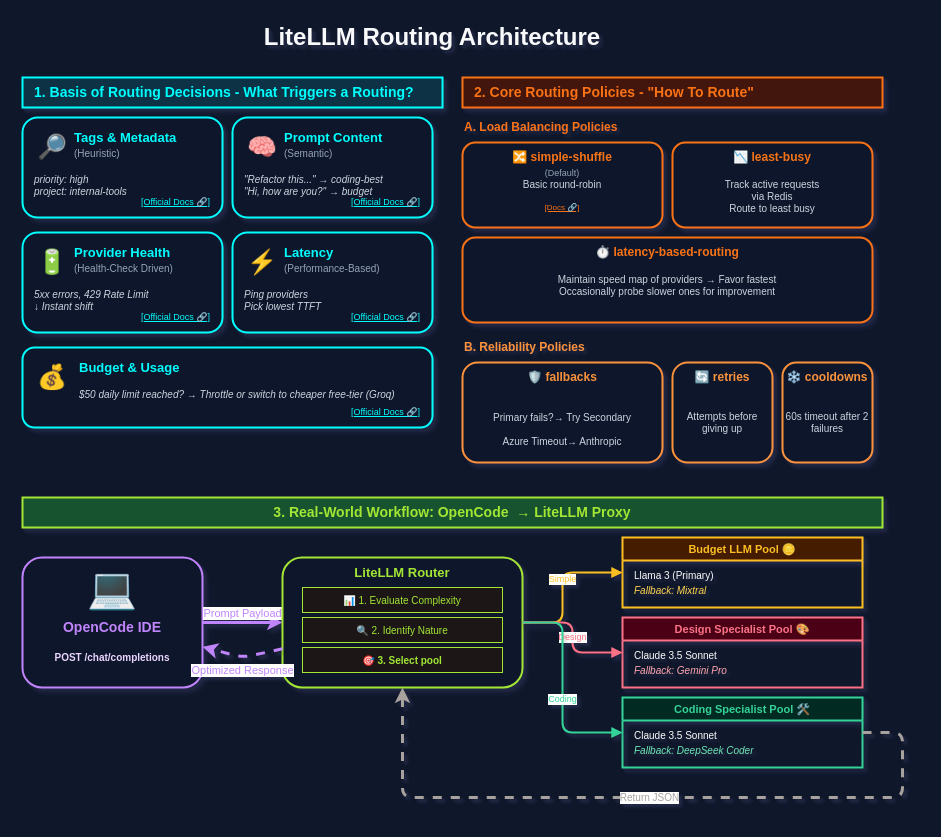
This is litellm-setup/litellm_routing.drawio from 264Gaurav/LLM_Gateways-, a draw.io file, before an edit. Source tidied: cells renumbered, new cells numbered last; positions are measured from the earlier drawing's top-left corner, leaving out a move shared by most shapes. Both pictures are drawn from the tidied source at 100%, with x=0, y=0 at pixel (22, 17).
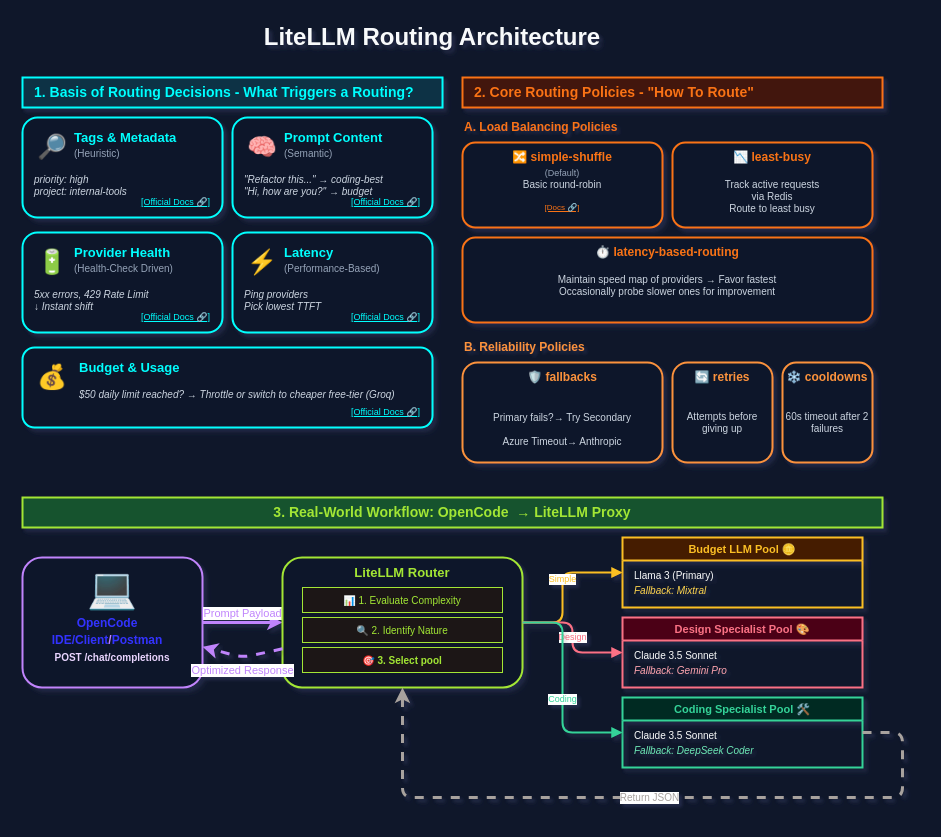
The same page after the edit.

Commit message (it also covers changes not shown here):
configured prompt, input and output visibility in litellm ui

What changed in the source:
```diff
@@
-    <mxCell id="62" value="OpenCode IDE" style="text;html=1;strokeColor=none;fillColor=none;align=center;verticalAlign=middle;whiteSpace=wrap;rounded=0;fontSize=14;fontStyle=1;fontColor=#C084FC;" parent="1" vertex="1">
-      <mxGeometry y="600" width="180" height="20" as="geometry" />
+    <mxCell id="62" value="&lt;font style=&quot;font-size: 12px;&quot;&gt;&lt;font style=&quot;color: rgb(51, 51, 255);&quot;&gt;OpenCode IDE/Client&lt;/font&gt;&lt;span style=&quot;background-color: transparent;&quot;&gt;/&lt;/span&gt;&lt;span style=&quot;background-color: transparent;&quot;&gt;&lt;font style=&quot;color: rgb(51, 51, 255);&quot;&gt;Postman&lt;/font&gt;&lt;/span&gt;&lt;/font&gt;" style="text;html=1;strokeColor=none;fillColor=none;align=center;verticalAlign=middle;whiteSpace=wrap;rounded=0;fontSize=14;fontStyle=1;fontColor=#C084FC;" parent="1" vertex="1">
+      <mxGeometry x="10" y="597.5" width="150" height="30" as="geometry" />
     </mxCell>
```
